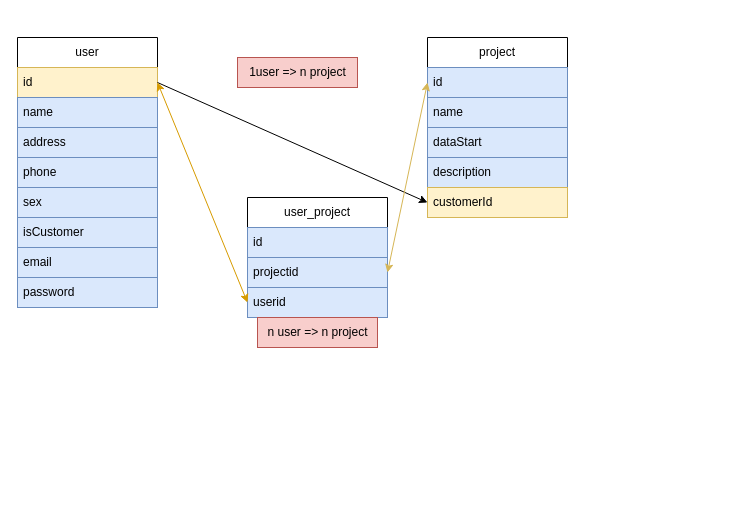
Before: Employee-management.drawio in nnanhtudev/App-Employee-management, a draw.io diagram. Source tidied: cells renumbered, new cells numbered last; positions are measured from the earlier drawing's top-left corner, leaving out a move shared by most shapes. Both pictures are drawn from the tidied source at 100%, with x=0, y=0 at pixel (17, 37).
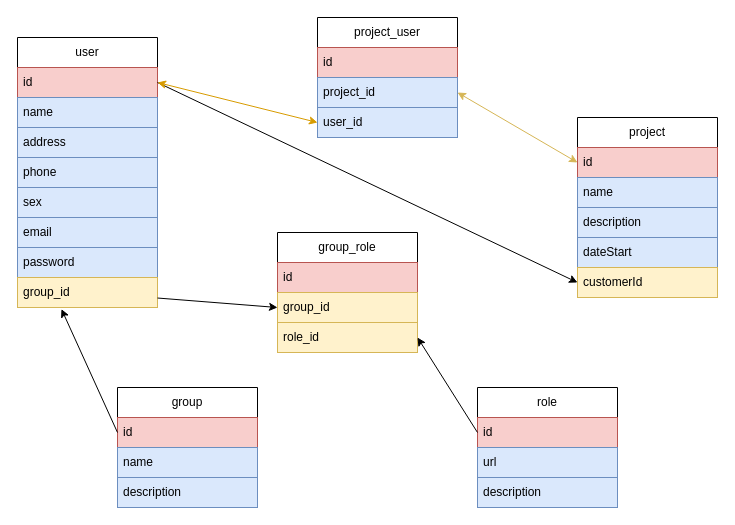
The same page after the edit.

Diff of the diagram source:
```diff
@@
     <mxCell id="2" value="user" style="swimlane;fontStyle=0;horizontal=1;startSize=30;whiteSpace=wrap;html=1;" parent="1" vertex="1">
-      <mxGeometry width="140" height="270" as="geometry" />
+      <mxGeometry width="140" height="240" as="geometry" />
     </mxCell>
-    <mxCell id="3" value="id" style="text;strokeColor=#d6b656;fillColor=#fff2cc;align=left;verticalAlign=middle;spacingLeft=4;spacingRight=4;overflow=hidden;points=[[0,0.5],[1,0.5]];portConstraint=eastwest;whiteSpace=wrap;html=1;" parent="2" vertex="1">
+    <mxCell id="3" value="id" style="text;strokeColor=#b85450;fillColor=#f8cecc;align=left;verticalAlign=middle;spacingLeft=4;spacingRight=4;overflow=hidden;points=[[0,0.5],[1,0.5]];portConstraint=eastwest;whiteSpace=wrap;html=1;" parent="2" vertex="1">
       <mxGeometry y="30" width="140" height="30" as="geometry" />
     </mxCell>
@@
-    <mxCell id="8" value="isCustomer" style="text;strokeColor=#6c8ebf;fillColor=#dae8fc;align=left;verticalAlign=middle;spacingLeft=4;spacingRight=4;overflow=hidden;points=[[0,0.5],[1,0.5]];portConstraint=eastwest;whiteSpace=wrap;html=1;" parent="2" vertex="1">
-      <mxGeometry y="180" width="140" height="30" as="geometry" />
-    </mxCell>
     <mxCell id="9" value="email" style="text;strokeColor=#6c8ebf;fillColor=#dae8fc;align=left;verticalAlign=middle;spacingLeft=4;spacingRight=4;overflow=hidden;whiteSpace=wrap;html=1;" parent="2" vertex="1">
-      <mxGeometry y="210" width="140" height="30" as="geometry" />
+      <mxGeometry y="180" width="140" height="30" as="geometry" />
     </mxCell>
     <mxCell id="10" value="password" style="text;strokeColor=#6c8ebf;fillColor=#dae8fc;align=left;verticalAlign=middle;spacingLeft=4;spacingRight=4;overflow=hidden;whiteSpace=wrap;html=1;" parent="2" vertex="1">
-      <mxGeometry y="240" width="140" height="30" as="geometry" />
+      <mxGeometry y="210" width="140" height="30" as="geometry" />
     </mxCell>
     <mxCell id="11" value="project" style="swimlane;fontStyle=0;horizontal=1;startSize=30;whiteSpace=wrap;html=1;" parent="1" vertex="1">
-      <mxGeometry x="410" width="140" height="180" as="geometry" />
+      <mxGeometry x="560" y="80" width="140" height="180" as="geometry" />
     </mxCell>
-    <mxCell id="12" value="id" style="text;strokeColor=#6c8ebf;fillColor=#dae8fc;align=left;verticalAlign=middle;spacingLeft=4;spacingRight=4;overflow=hidden;whiteSpace=wrap;html=1;" parent="11" vertex="1">
+    <mxCell id="12" value="id" style="text;strokeColor=#b85450;fillColor=#f8cecc;align=left;verticalAlign=middle;spacingLeft=4;spacingRight=4;overflow=hidden;whiteSpace=wrap;html=1;" parent="11" vertex="1">
       <mxGeometry y="30" width="140" height="30" as="geometry" />
     </mxCell>
@@
+    <mxCell id="15" value="description" style="text;strokeColor=#6c8ebf;fillColor=#dae8fc;align=left;verticalAlign=middle;spacingLeft=4;spacingRight=4;overflow=hidden;whiteSpace=wrap;html=1;" parent="11" vertex="1">
+      <mxGeometry y="90" width="140" height="30" as="geometry" />
+    </mxCell>
-    <mxCell id="14" value="dataStart" style="text;strokeColor=#6c8ebf;fillColor=#dae8fc;align=left;verticalAlign=middle;spacingLeft=4;spacingRight=4;overflow=hidden;whiteSpace=wrap;html=1;" parent="11" vertex="1">
-      <mxGeometry y="90" width="140" height="30" as="geometry" />
+    <mxCell id="14" value="dateStart" style="text;strokeColor=#6c8ebf;fillColor=#dae8fc;align=left;verticalAlign=middle;spacingLeft=4;spacingRight=4;overflow=hidden;whiteSpace=wrap;html=1;" parent="11" vertex="1">
+      <mxGeometry y="120" width="140" height="30" as="geometry" />
     </mxCell>
-    <mxCell id="15" value="description" style="text;strokeColor=#6c8ebf;fillColor=#dae8fc;align=left;verticalAlign=middle;spacingLeft=4;spacingRight=4;overflow=hidden;whiteSpace=wrap;html=1;" parent="11" vertex="1">
-      <mxGeometry y="120" width="140" height="30" as="geometry" />
-    </mxCell>
@@
-    <mxCell id="18" value="user_project" style="swimlane;fontStyle=0;horizontal=1;startSize=30;whiteSpace=wrap;html=1;" parent="1" vertex="1">
-      <mxGeometry x="230" y="160" width="140" height="120" as="geometry" />
+    <mxCell id="18" value="project_user" style="swimlane;fontStyle=0;horizontal=1;startSize=30;whiteSpace=wrap;html=1;" parent="1" vertex="1">
+      <mxGeometry x="300" y="-20" width="140" height="120" as="geometry" />
     </mxCell>
-    <mxCell id="19" value="id" style="text;strokeColor=#6c8ebf;fillColor=#dae8fc;align=left;verticalAlign=middle;spacingLeft=4;spacingRight=4;overflow=hidden;whiteSpace=wrap;html=1;" parent="18" vertex="1">
+    <mxCell id="19" value="id" style="text;strokeColor=#b85450;fillColor=#f8cecc;align=left;verticalAlign=middle;spacingLeft=4;spacingRight=4;overflow=hidden;whiteSpace=wrap;html=1;" parent="18" vertex="1">
       <mxGeometry y="30" width="140" height="30" as="geometry" />
     </mxCell>
-    <mxCell id="20" value="projectid" style="text;strokeColor=#6c8ebf;fillColor=#dae8fc;align=left;verticalAlign=middle;spacingLeft=4;spacingRight=4;overflow=hidden;points=[[0,0.5],[1,0.5]];portConstraint=eastwest;whiteSpace=wrap;html=1;" parent="18" vertex="1">
+    <mxCell id="20" value="project_id" style="text;strokeColor=#6c8ebf;fillColor=#dae8fc;align=left;verticalAlign=middle;spacingLeft=4;spacingRight=4;overflow=hidden;points=[[0,0.5],[1,0.5]];portConstraint=eastwest;whiteSpace=wrap;html=1;" parent="18" vertex="1">
       <mxGeometry y="60" width="140" height="30" as="geometry" />
     </mxCell>
-    <mxCell id="21" value="userid" style="text;strokeColor=#6c8ebf;fillColor=#dae8fc;align=left;verticalAlign=middle;spacingLeft=4;spacingRight=4;overflow=hidden;points=[[0,0.5],[1,0.5]];portConstraint=eastwest;whiteSpace=wrap;html=1;" parent="18" vertex="1">
+    <mxCell id="21" value="user_id" style="text;strokeColor=#6c8ebf;fillColor=#dae8fc;align=left;verticalAlign=middle;spacingLeft=4;spacingRight=4;overflow=hidden;points=[[0,0.5],[1,0.5]];portConstraint=eastwest;whiteSpace=wrap;html=1;" parent="18" vertex="1">
       <mxGeometry y="90" width="140" height="30" as="geometry" />
     </mxCell>
@@
-    <mxCell id="24" value="n user =&amp;gt; n project" style="text;html=1;align=center;verticalAlign=middle;fillColor=#f8cecc;strokeColor=#b85450;" parent="1" vertex="1">
-      <mxGeometry x="240" y="280" width="120" height="30" as="geometry" />
-    </mxCell>
-    <mxCell id="25" value="1user =&amp;gt; n project" style="text;html=1;align=center;verticalAlign=middle;fillColor=#f8cecc;strokeColor=#b85450;" parent="1" vertex="1">
-      <mxGeometry x="220" y="20" width="120" height="30" as="geometry" />
-    </mxCell>
+    <mxCell id="8" value="group_id" style="text;strokeColor=#d6b656;fillColor=#fff2cc;align=left;verticalAlign=middle;spacingLeft=4;spacingRight=4;overflow=hidden;points=[[0,0.5],[1,0.5]];portConstraint=eastwest;whiteSpace=wrap;html=1;" parent="1" vertex="1">
+      <mxGeometry y="240" width="140" height="30" as="geometry" />
+    </mxCell>
+    <mxCell id="26" value="group" style="swimlane;fontStyle=0;horizontal=1;startSize=30;whiteSpace=wrap;html=1;" parent="1" vertex="1">
+      <mxGeometry x="100" y="350" width="140" height="120" as="geometry" />
+    </mxCell>
+    <mxCell id="27" value="id" style="text;strokeColor=#b85450;fillColor=#f8cecc;align=left;verticalAlign=middle;spacingLeft=4;spacingRight=4;overflow=hidden;points=[[0,0.5],[1,0.5]];portConstraint=eastwest;whiteSpace=wrap;html=1;" parent="26" vertex="1">
+      <mxGeometry y="30" width="140" height="30" as="geometry" />
+    </mxCell>
+    <mxCell id="28" value="name" style="text;strokeColor=#6c8ebf;fillColor=#dae8fc;align=left;verticalAlign=middle;spacingLeft=4;spacingRight=4;overflow=hidden;whiteSpace=wrap;html=1;" parent="26" vertex="1">
+      <mxGeometry y="60" width="140" height="30" as="geometry" />
+    </mxCell>
+    <mxCell id="29" value="description" style="text;strokeColor=#6c8ebf;fillColor=#dae8fc;align=left;verticalAlign=middle;spacingLeft=4;spacingRight=4;overflow=hidden;whiteSpace=wrap;html=1;" parent="26" vertex="1">
+      <mxGeometry y="90" width="140" height="30" as="geometry" />
+    </mxCell>
+    <mxCell id="30" value="role" style="swimlane;fontStyle=0;horizontal=1;startSize=30;whiteSpace=wrap;html=1;" parent="1" vertex="1">
+      <mxGeometry x="460" y="350" width="140" height="120" as="geometry" />
+    </mxCell>
+    <mxCell id="31" value="id" style="text;strokeColor=#b85450;fillColor=#f8cecc;align=left;verticalAlign=middle;spacingLeft=4;spacingRight=4;overflow=hidden;points=[[0,0.5],[1,0.5]];portConstraint=eastwest;whiteSpace=wrap;html=1;" parent="30" vertex="1">
+      <mxGeometry y="30" width="140" height="30" as="geometry" />
+    </mxCell>
+    <mxCell id="32" value="url" style="text;strokeColor=#6c8ebf;fillColor=#dae8fc;align=left;verticalAlign=middle;spacingLeft=4;spacingRight=4;overflow=hidden;whiteSpace=wrap;html=1;" parent="30" vertex="1">
+      <mxGeometry y="60" width="140" height="30" as="geometry" />
+    </mxCell>
+    <mxCell id="33" value="description" style="text;strokeColor=#6c8ebf;fillColor=#dae8fc;align=left;verticalAlign=middle;spacingLeft=4;spacingRight=4;overflow=hidden;whiteSpace=wrap;html=1;" parent="30" vertex="1">
+      <mxGeometry y="90" width="140" height="30" as="geometry" />
+    </mxCell>
+    <mxCell id="34" style="endArrow=classic;html=1;rounded=0;exitX=0;exitY=0.5;exitDx=0;exitDy=0;entryX=0.314;entryY=1.053;entryDx=0;entryDy=0;entryPerimeter=0;" parent="1" edge="1" source="27" target="8">
+      <mxGeometry relative="1" as="geometry" />
+    </mxCell>
+    <mxCell id="35" value="group_role" style="swimlane;fontStyle=0;horizontal=1;startSize=30;whiteSpace=wrap;html=1;" parent="1" vertex="1">
+      <mxGeometry x="260" y="195" width="140" height="120" as="geometry" />
+    </mxCell>
+    <mxCell id="36" value="id" style="text;strokeColor=#b85450;fillColor=#f8cecc;align=left;verticalAlign=middle;spacingLeft=4;spacingRight=4;overflow=hidden;whiteSpace=wrap;html=1;" parent="35" vertex="1">
+      <mxGeometry y="30" width="140" height="30" as="geometry" />
+    </mxCell>
+    <mxCell id="37" value="group_id" style="text;strokeColor=#d6b656;fillColor=#fff2cc;align=left;verticalAlign=middle;spacingLeft=4;spacingRight=4;overflow=hidden;points=[[0,0.5],[1,0.5]];portConstraint=eastwest;whiteSpace=wrap;html=1;" parent="35" vertex="1">
+      <mxGeometry y="60" width="140" height="30" as="geometry" />
+    </mxCell>
+    <mxCell id="38" value="role_id" style="text;strokeColor=#d6b656;fillColor=#fff2cc;align=left;verticalAlign=middle;spacingLeft=4;spacingRight=4;overflow=hidden;points=[[0,0.5],[1,0.5]];portConstraint=eastwest;whiteSpace=wrap;html=1;" parent="35" vertex="1">
+      <mxGeometry y="90" width="140" height="30" as="geometry" />
+    </mxCell>
+    <mxCell id="39" style="endArrow=classic;html=1;rounded=0;entryX=1;entryY=0.5;entryDx=0;entryDy=0;exitX=0;exitY=0.5;exitDx=0;exitDy=0;" parent="1" edge="1" source="31" target="38">
+      <mxGeometry relative="1" as="geometry" />
+    </mxCell>
+    <mxCell id="40" style="endArrow=classic;html=1;rounded=0;entryX=0;entryY=0.5;entryDx=0;entryDy=0;" parent="1" edge="1" source="8" target="37">
+      <mxGeometry relative="1" as="geometry" />
+    </mxCell>
```
